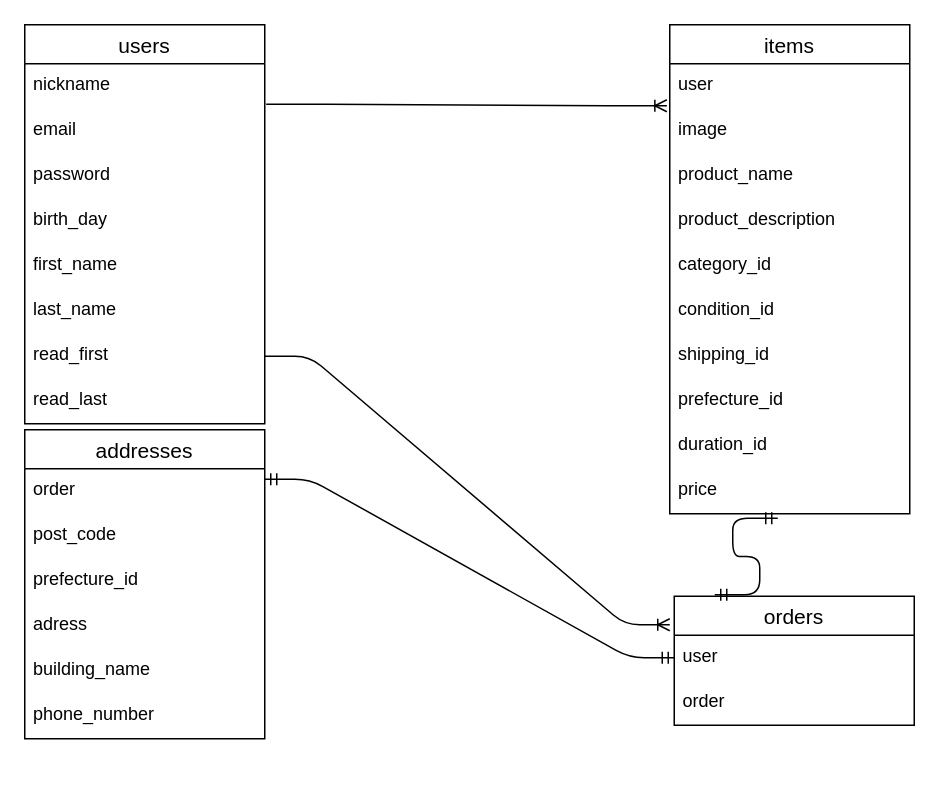
Earlier version of the draw.io diagram erzu.dio (necori/furima-40432). Source tidied: cells renumbered, new cells numbered last; positions are measured from the earlier drawing's top-left corner, leaving out a move shared by most shapes. Both pictures are drawn from the tidied source at 150%, with x=0, y=0 at pixel (24, 24).
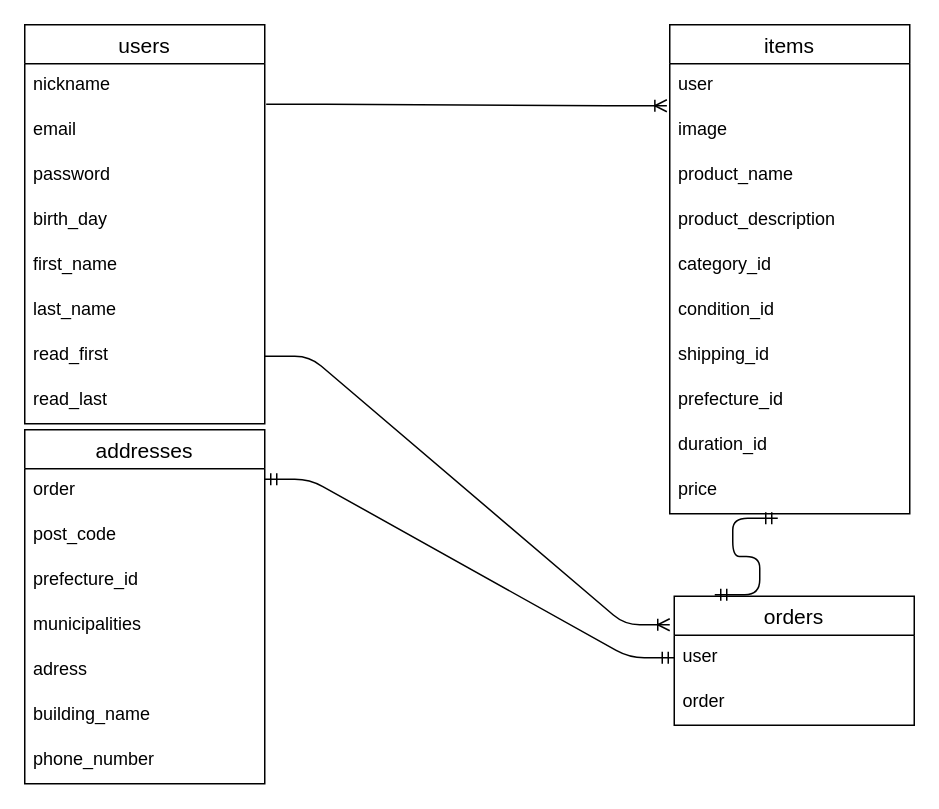
The same page after the edit.

Diff of the diagram source:
```diff
@@
     <mxCell id="22" value="addresses" style="swimlane;fontStyle=0;horizontal=1;startSize=26;align=center;fontSize=14;" parent="1" vertex="1">
-      <mxGeometry y="270" width="160" height="206" as="geometry" />
+      <mxGeometry y="270" width="160" height="236" as="geometry" />
     </mxCell>
@@
+    <mxCell id="36" value="municipalities" style="text;strokeColor=none;fillColor=none;spacingLeft=4;spacingRight=4;overflow=hidden;fontSize=12;" parent="22" vertex="1">
+      <mxGeometry y="116" width="160" height="30" as="geometry" />
+    </mxCell>
     <mxCell id="26" value="adress" style="text;strokeColor=none;fillColor=none;spacingLeft=4;spacingRight=4;overflow=hidden;fontSize=12;" parent="22" vertex="1">
-      <mxGeometry y="116" width="160" height="30" as="geometry" />
+      <mxGeometry y="146" width="160" height="30" as="geometry" />
     </mxCell>
     <mxCell id="27" value="building_name" style="text;strokeColor=none;fillColor=none;spacingLeft=4;spacingRight=4;overflow=hidden;fontSize=12;" parent="22" vertex="1">
-      <mxGeometry y="146" width="160" height="30" as="geometry" />
+      <mxGeometry y="176" width="160" height="30" as="geometry" />
     </mxCell>
     <mxCell id="28" value="phone_number" style="text;strokeColor=none;fillColor=none;spacingLeft=4;spacingRight=4;overflow=hidden;fontSize=12;" parent="22" vertex="1">
-      <mxGeometry y="176" width="160" height="30" as="geometry" />
+      <mxGeometry y="206" width="160" height="30" as="geometry" />
     </mxCell>
```
